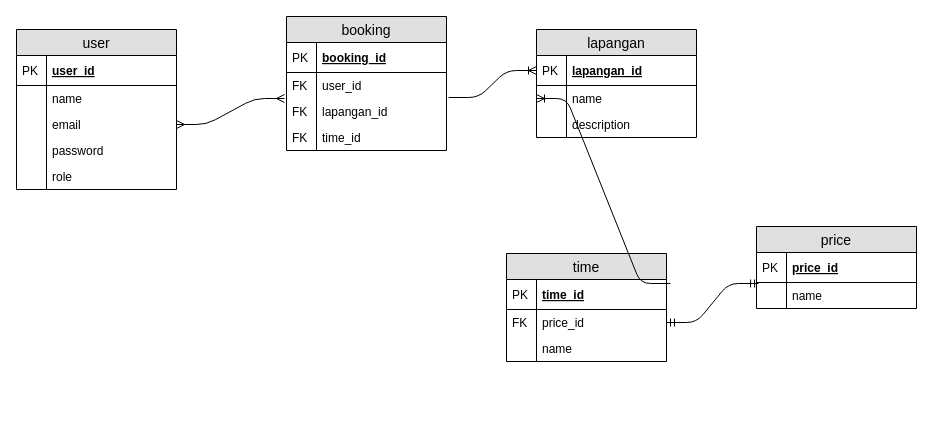
mushonnip/uyifutsal keeps this draw.io diagram as page "LRD" (1 of 3) of docs/Diagram.drawio. Above is the earlier version. Source tidied: cells renumbered, new cells numbered last; positions are measured from the earlier drawing's top-left corner, leaving out a move shared by most shapes. Both pictures are drawn from the tidied source at 100%, with x=0, y=0 at pixel (16, 16).
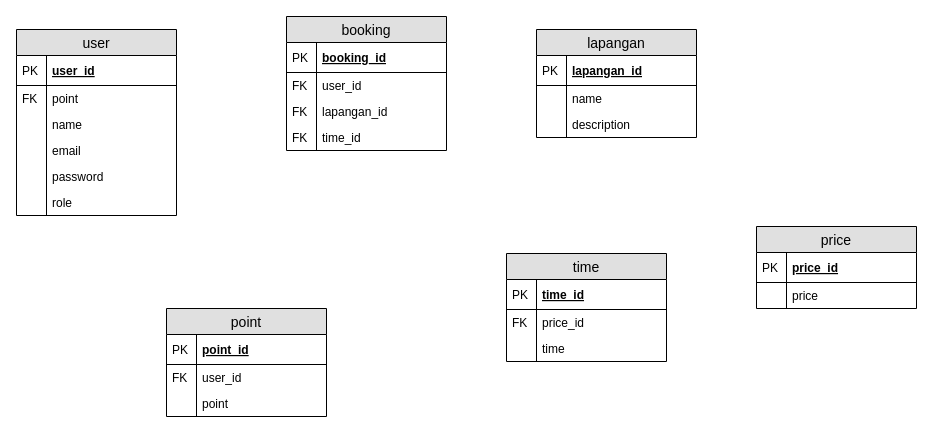
After the change.

Unchanged cells that the change refers to:
```xml
<mxCell id="14" value="lapangan_id" style="shape=partialRectangle;top=0;left=0;right=0;bottom=1;align=left;verticalAlign=middle;fillColor=none;spacingLeft=34;spacingRight=4;overflow=hidden;points=[[0,0.5],[1,0.5]];portConstraint=eastwest;fontStyle=5;fontSize=12;" parent="13" vertex="1">
  <mxGeometry y="26" width="160" height="30" as="geometry" />
</mxCell>
<mxCell id="16" value="name" style="shape=partialRectangle;top=0;left=0;right=0;bottom=0;align=left;verticalAlign=top;fillColor=none;spacingLeft=34;spacingRight=4;overflow=hidden;points=[[0,0.5],[1,0.5]];portConstraint=eastwest;fontSize=12;" parent="13" vertex="1">
  <mxGeometry y="56" width="160" height="26" as="geometry" />
</mxCell>
<mxCell id="20" value="time" style="swimlane;fontStyle=0;horizontal=1;startSize=26;fillColor=#e0e0e0;swimlaneFillColor=#ffffff;align=center;fontSize=14;" parent="1" vertex="1">
  <mxGeometry x="490" y="237" width="160" height="108" as="geometry" />
</mxCell>
<mxCell id="21" value="time_id" style="shape=partialRectangle;top=0;left=0;right=0;bottom=1;align=left;verticalAlign=middle;fillColor=none;spacingLeft=34;spacingRight=4;overflow=hidden;points=[[0,0.5],[1,0.5]];portConstraint=eastwest;fontStyle=5;fontSize=12;" parent="20" vertex="1">
  <mxGeometry y="26" width="160" height="30" as="geometry" />
</mxCell>
<mxCell id="23" value="price_id" style="shape=partialRectangle;top=0;left=0;right=0;bottom=0;align=left;verticalAlign=top;fillColor=none;spacingLeft=34;spacingRight=4;overflow=hidden;points=[[0,0.5],[1,0.5]];portConstraint=eastwest;fontSize=12;" parent="20" vertex="1">
  <mxGeometry y="56" width="160" height="26" as="geometry" />
</mxCell>
<mxCell id="30" value="user_id" style="shape=partialRectangle;top=0;left=0;right=0;bottom=0;align=left;verticalAlign=top;fillColor=none;spacingLeft=34;spacingRight=4;overflow=hidden;points=[[0,0.5],[1,0.5]];portConstraint=eastwest;fontSize=12;" parent="27" vertex="1">
  <mxGeometry y="56" width="160" height="26" as="geometry" />
</mxCell>
<mxCell id="36" value="price" style="swimlane;fontStyle=0;horizontal=1;startSize=26;fillColor=#e0e0e0;swimlaneFillColor=#ffffff;align=center;fontSize=14;" parent="1" vertex="1">
  <mxGeometry x="740" y="210" width="160" height="82" as="geometry" />
</mxCell>
<mxCell id="37" value="price_id" style="shape=partialRectangle;top=0;left=0;right=0;bottom=1;align=left;verticalAlign=middle;fillColor=none;spacingLeft=34;spacingRight=4;overflow=hidden;points=[[0,0.5],[1,0.5]];portConstraint=eastwest;fontStyle=5;fontSize=12;" parent="36" vertex="1">
  <mxGeometry y="26" width="160" height="30" as="geometry" />
</mxCell>
```

The edit, as a diff of the source:
```diff
@@
     <mxCell id="2" value="user" style="swimlane;fontStyle=0;horizontal=1;startSize=26;fillColor=#e0e0e0;swimlaneFillColor=#ffffff;align=center;fontSize=14;" parent="1" vertex="1">
-      <mxGeometry y="13" width="160" height="160" as="geometry" />
+      <mxGeometry y="13" width="160" height="186" as="geometry" />
     </mxCell>
@@
+    <mxCell id="45" value="point" style="shape=partialRectangle;top=0;left=0;right=0;bottom=0;align=left;verticalAlign=top;fillColor=none;spacingLeft=34;spacingRight=4;overflow=hidden;fontSize=12;" parent="2" vertex="1">
+      <mxGeometry y="56" width="160" height="26" as="geometry" />
+    </mxCell>
+    <mxCell id="46" value="FK" style="shape=partialRectangle;top=0;left=0;bottom=0;fillColor=none;align=left;verticalAlign=top;spacingLeft=4;spacingRight=4;overflow=hidden;fontSize=12;" parent="45" vertex="1">
+      <mxGeometry width="30" height="26" as="geometry" />
+    </mxCell>
     <mxCell id="5" value="name" style="shape=partialRectangle;top=0;left=0;right=0;bottom=0;align=left;verticalAlign=top;fillColor=none;spacingLeft=34;spacingRight=4;overflow=hidden;fontSize=12;" parent="2" vertex="1">
-      <mxGeometry y="56" width="160" height="26" as="geometry" />
+      <mxGeometry y="82" width="160" height="26" as="geometry" />
     </mxCell>
@@
     <mxCell id="7" value="email" style="shape=partialRectangle;top=0;left=0;right=0;bottom=0;align=left;verticalAlign=top;fillColor=none;spacingLeft=34;spacingRight=4;overflow=hidden;points=[[0,0.5],[1,0.5]];portConstraint=eastwest;fontSize=12;" parent="2" vertex="1">
-      <mxGeometry y="82" width="160" height="26" as="geometry" />
+      <mxGeometry y="108" width="160" height="26" as="geometry" />
     </mxCell>
@@
     <mxCell id="9" value="password" style="shape=partialRectangle;top=0;left=0;right=0;bottom=0;align=left;verticalAlign=top;fillColor=none;spacingLeft=34;spacingRight=4;overflow=hidden;fontSize=12;" parent="2" vertex="1">
-      <mxGeometry y="108" width="160" height="26" as="geometry" />
+      <mxGeometry y="134" width="160" height="26" as="geometry" />
     </mxCell>
@@
     <mxCell id="11" value="role" style="shape=partialRectangle;top=0;left=0;right=0;bottom=0;align=left;verticalAlign=top;fillColor=none;spacingLeft=34;spacingRight=4;overflow=hidden;fontSize=12;" parent="2" vertex="1">
-      <mxGeometry y="134" width="160" height="26" as="geometry" />
+      <mxGeometry y="160" width="160" height="26" as="geometry" />
     </mxCell>
@@
-    <mxCell id="25" value="name" style="shape=partialRectangle;top=0;left=0;right=0;bottom=0;align=left;verticalAlign=top;fillColor=none;spacingLeft=34;spacingRight=4;overflow=hidden;fontSize=12;" parent="20" vertex="1">
+    <mxCell id="25" value="time" style="shape=partialRectangle;top=0;left=0;right=0;bottom=0;align=left;verticalAlign=top;fillColor=none;spacingLeft=34;spacingRight=4;overflow=hidden;fontSize=12;" parent="20" vertex="1">
       <mxGeometry y="82" width="160" height="26" as="geometry" />
     </mxCell>
@@
-    <mxCell id="39" value="name" style="shape=partialRectangle;top=0;left=0;right=0;bottom=0;align=left;verticalAlign=top;fillColor=none;spacingLeft=34;spacingRight=4;overflow=hidden;fontSize=12;" parent="36" vertex="1">
+    <mxCell id="39" value="price" style="shape=partialRectangle;top=0;left=0;right=0;bottom=0;align=left;verticalAlign=top;fillColor=none;spacingLeft=34;spacingRight=4;overflow=hidden;fontSize=12;" parent="36" vertex="1">
       <mxGeometry y="56" width="160" height="26" as="geometry" />
     </mxCell>
@@
-    <mxCell id="41" style="edgeStyle=entityRelationEdgeStyle;fontSize=12;html=1;endArrow=ERmandOne;startArrow=ERmandOne;entryX=0.013;entryY=1.033;entryDx=0;entryDy=0;exitX=1;exitY=0.5;exitDx=0;exitDy=0;entryPerimeter=0;" parent="1" edge="1" source="23" target="37">
-      <mxGeometry relative="1" as="geometry" />
-    </mxCell>
-    <mxCell id="42" style="edgeStyle=entityRelationEdgeStyle;fontSize=12;html=1;endArrow=ERoneToMany;exitX=1.013;exitY=0.962;exitDx=0;exitDy=0;exitPerimeter=0;entryX=0;entryY=0.5;entryDx=0;entryDy=0;" parent="1" edge="1" source="30" target="14">
-      <mxGeometry relative="1" as="geometry" />
-    </mxCell>
-    <mxCell id="43" style="edgeStyle=entityRelationEdgeStyle;fontSize=12;html=1;endArrow=ERoneToMany;entryX=0;entryY=0.5;entryDx=0;entryDy=0;exitX=1.025;exitY=0.133;exitDx=0;exitDy=0;exitPerimeter=0;" parent="1" edge="1" source="21" target="16">
-      <mxGeometry relative="1" as="geometry" />
-    </mxCell>
-    <mxCell id="44" style="edgeStyle=entityRelationEdgeStyle;fontSize=12;html=1;endArrow=ERmany;startArrow=ERmany;exitX=1;exitY=0.5;exitDx=0;exitDy=0;entryX=-0.012;entryY=1;entryDx=0;entryDy=0;entryPerimeter=0;" parent="1" edge="1" source="7" target="30">
-      <mxGeometry relative="1" as="geometry" />
-    </mxCell>
+    <mxCell id="47" value="point" style="swimlane;fontStyle=0;horizontal=1;startSize=26;fillColor=#e0e0e0;swimlaneFillColor=#ffffff;align=center;fontSize=14;" parent="1" vertex="1">
+      <mxGeometry x="150" y="292" width="160" height="108" as="geometry" />
+    </mxCell>
+    <mxCell id="48" value="point_id" style="shape=partialRectangle;top=0;left=0;right=0;bottom=1;align=left;verticalAlign=middle;fillColor=none;spacingLeft=34;spacingRight=4;overflow=hidden;fontStyle=5;fontSize=12;" parent="47" vertex="1">
+      <mxGeometry y="26" width="160" height="30" as="geometry" />
+    </mxCell>
+    <mxCell id="49" value="PK" style="shape=partialRectangle;top=0;left=0;bottom=0;fillColor=none;align=left;verticalAlign=middle;spacingLeft=4;spacingRight=4;overflow=hidden;fontSize=12;" parent="48" vertex="1">
+      <mxGeometry width="30" height="30" as="geometry" />
+    </mxCell>
+    <mxCell id="50" value="user_id" style="shape=partialRectangle;top=0;left=0;right=0;bottom=0;align=left;verticalAlign=top;fillColor=none;spacingLeft=34;spacingRight=4;overflow=hidden;fontSize=12;" parent="47" vertex="1">
+      <mxGeometry y="56" width="160" height="26" as="geometry" />
+    </mxCell>
+    <mxCell id="51" value="FK" style="shape=partialRectangle;top=0;left=0;bottom=0;fillColor=none;align=left;verticalAlign=top;spacingLeft=4;spacingRight=4;overflow=hidden;fontSize=12;" parent="50" vertex="1">
+      <mxGeometry width="30" height="26" as="geometry" />
+    </mxCell>
+    <mxCell id="52" value="point" style="shape=partialRectangle;top=0;left=0;right=0;bottom=0;align=left;verticalAlign=top;fillColor=none;spacingLeft=34;spacingRight=4;overflow=hidden;fontSize=12;" parent="47" vertex="1">
+      <mxGeometry y="82" width="160" height="26" as="geometry" />
+    </mxCell>
+    <mxCell id="53" style="shape=partialRectangle;top=0;left=0;bottom=0;fillColor=none;align=left;verticalAlign=top;spacingLeft=4;spacingRight=4;overflow=hidden;fontSize=12;" parent="52" vertex="1">
+      <mxGeometry width="30" height="26" as="geometry" />
+    </mxCell>
```
